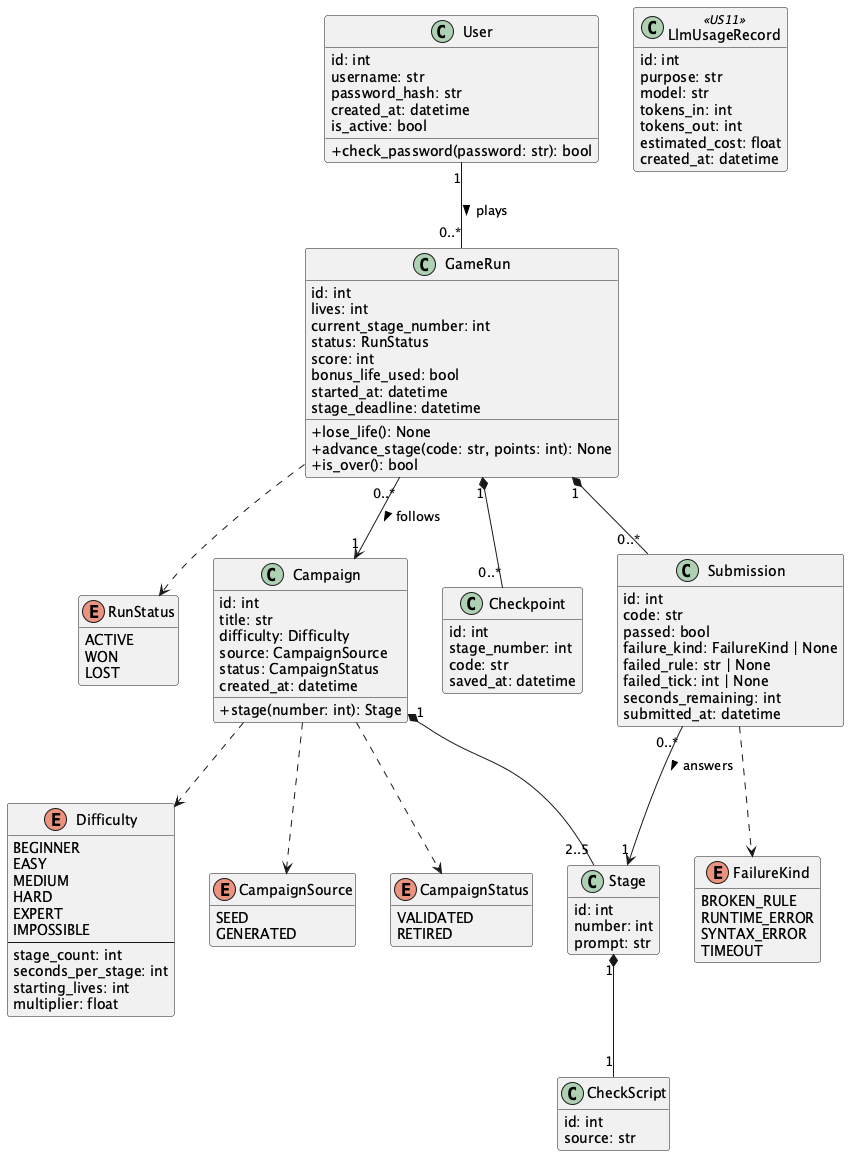
msu-denver/rokos-tasks keeps this PlantUML diagram as uml/class.png. Above is the earlier version.
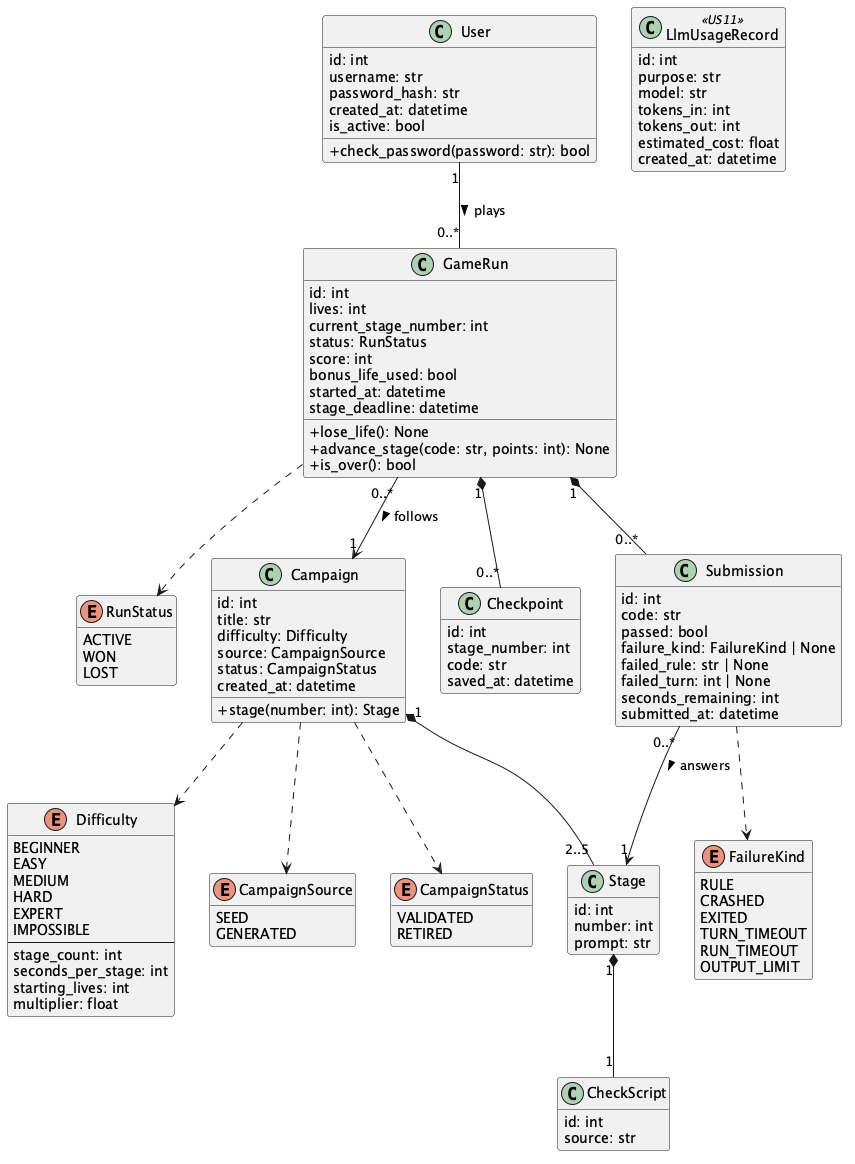
After the commit.

Diff of the diagram source:
```diff
@@ -34,10 +34,12 @@
 }
 
 enum FailureKind {
-    BROKEN_RULE
-    RUNTIME_ERROR
-    SYNTAX_ERROR
-    TIMEOUT
+    RULE
+    CRASHED
+    EXITED
+    TURN_TIMEOUT
+    RUN_TIMEOUT
+    OUTPUT_LIMIT
 }
 
 class User {
@@ -97,7 +99,7 @@
     passed: bool
     failure_kind: FailureKind | None
     failed_rule: str | None
-    failed_tick: int | None
+    failed_turn: int | None
     seconds_remaining: int
     submitted_at: datetime
 }
```
